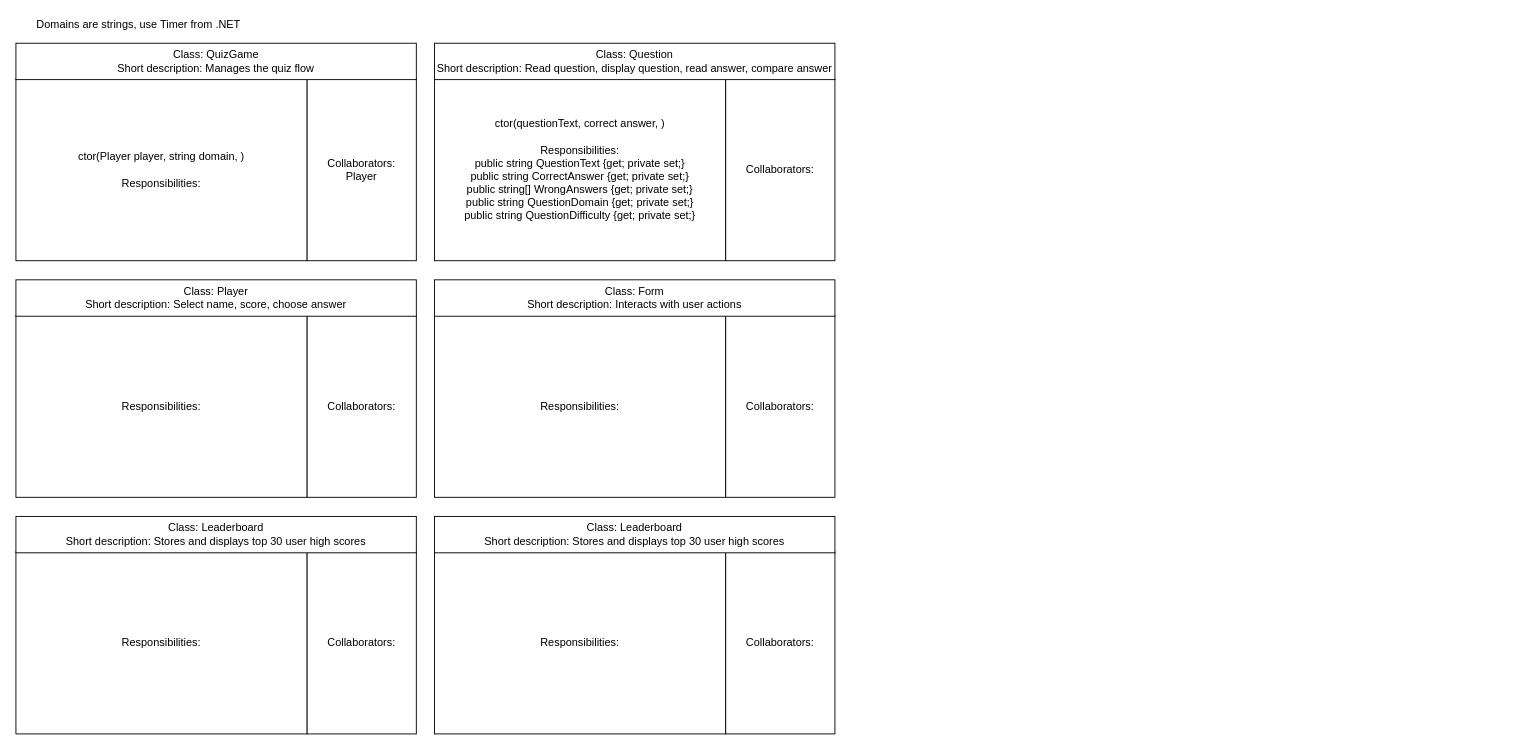
Before: ObjectOrientedProgramming/Exercises/02. QuizMaker/QuizMaker.drawio in gabrieltudorica/Mob1, a draw.io diagram. Source tidied: cells renumbered, new cells numbered last; positions are measured from the earlier drawing's top-left corner, leaving out a move shared by most shapes. Both pictures are drawn from the tidied source at 91%, with x=0, y=0 at pixel (15, 15).
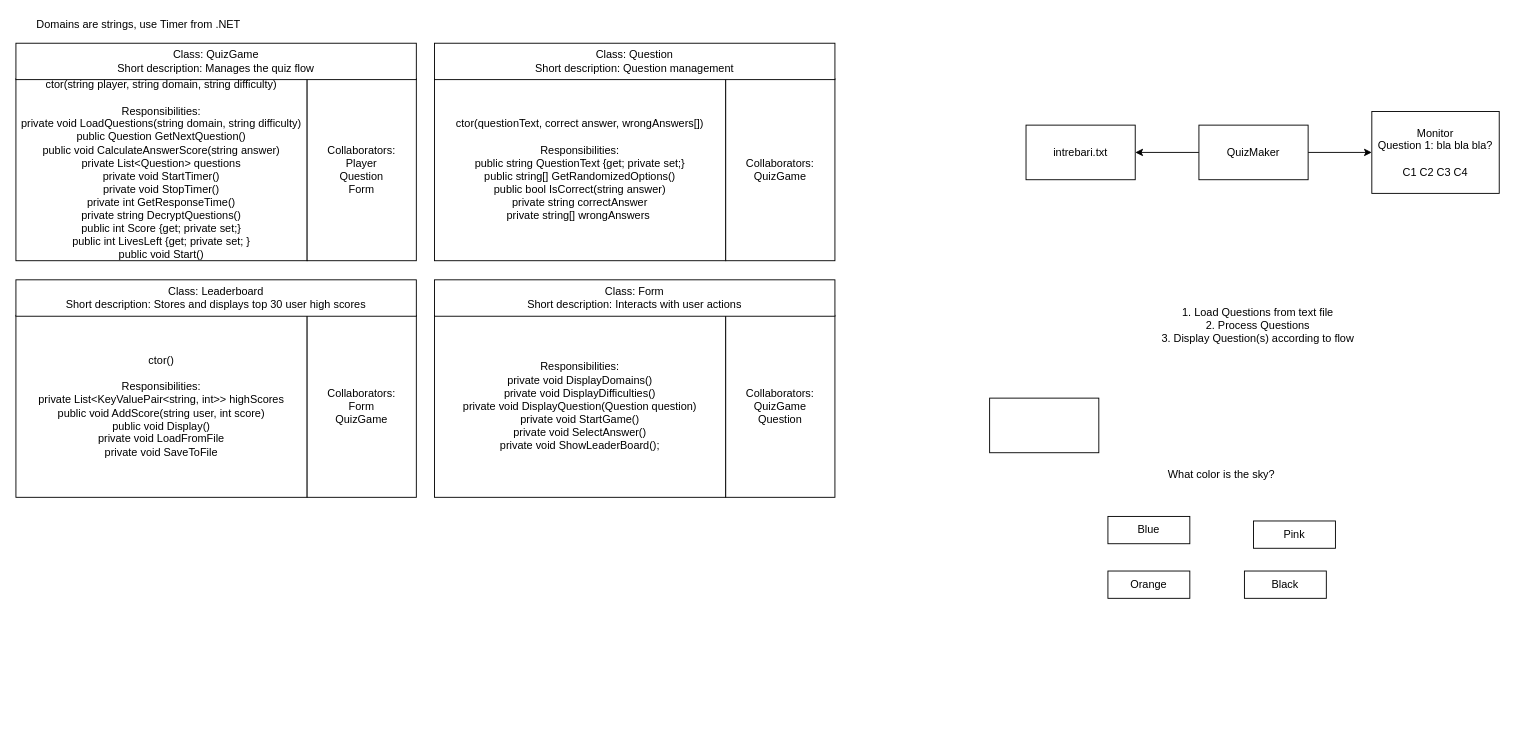
After the change.

Diff of the diagram source:
```diff
@@
-    <mxCell id="2" value="ctor(Player player, string domain, )&lt;br&gt;&lt;br&gt;Responsibilities:&lt;br&gt;" style="rounded=0;whiteSpace=wrap;html=1;" parent="1" vertex="1">
+    <mxCell id="2" value="ctor(string player, string domain, string difficulty)&lt;br&gt;&lt;br&gt;Responsibilities:&lt;br&gt;private void LoadQuestions(string domain, string difficulty)&lt;br&gt;public Question GetNextQuestion()&lt;br&gt;public void CalculateAnswerScore(string answer)&lt;br&gt;private List&amp;lt;Question&amp;gt; questions&lt;br&gt;private void StartTimer()&lt;br&gt;private void StopTimer()&lt;br&gt;private int GetResponseTime()&lt;br&gt;private string DecryptQuestions()&lt;br&gt;public int Score {get; private set;}&lt;br&gt;public int LivesLeft {get; private set; }&lt;br&gt;public void Start()" style="rounded=0;whiteSpace=wrap;html=1;" parent="1" vertex="1">
       <mxGeometry y="69" width="320" height="200" as="geometry" />
     </mxCell>
-    <mxCell id="3" value="Collaborators:&lt;br&gt;Player" style="rounded=0;whiteSpace=wrap;html=1;" parent="1" vertex="1">
+    <mxCell id="3" value="Collaborators:&lt;br&gt;Player&lt;br&gt;Question&lt;br&gt;Form" style="rounded=0;whiteSpace=wrap;html=1;" parent="1" vertex="1">
       <mxGeometry x="320" y="69" width="120" height="200" as="geometry" />
     </mxCell>
@@
-    <mxCell id="6" value="ctor(questionText, correct answer, )&lt;br&gt;&lt;br&gt;Responsibilities:&lt;br&gt;public string QuestionText {get; private set;}&lt;br&gt;public string CorrectAnswer {get; private set;}&lt;br&gt;public string[] WrongAnswers {get; private set;}&lt;br&gt;public string QuestionDomain {get; private set;}&lt;br&gt;public string QuestionDifficulty {get; private set;}" style="rounded=0;whiteSpace=wrap;html=1;" parent="1" vertex="1">
+    <mxCell id="6" value="ctor(questionText, correct answer, wrongAnswers[])&lt;br&gt;&lt;br&gt;Responsibilities:&lt;br&gt;public string QuestionText {get; private set;}&lt;br&gt;public string[] GetRandomizedOptions()&lt;br&gt;public bool IsCorrect(string answer)&lt;br&gt;private string correctAnswer&lt;br&gt;private string[] wrongAnswers&amp;nbsp;" style="rounded=0;whiteSpace=wrap;html=1;" parent="1" vertex="1">
       <mxGeometry x="460" y="69" width="320" height="200" as="geometry" />
     </mxCell>
-    <mxCell id="7" value="Collaborators:&lt;br&gt;" style="rounded=0;whiteSpace=wrap;html=1;" parent="1" vertex="1">
+    <mxCell id="7" value="Collaborators:&lt;br&gt;QuizGame" style="rounded=0;whiteSpace=wrap;html=1;" parent="1" vertex="1">
       <mxGeometry x="780" y="69" width="120" height="200" as="geometry" />
     </mxCell>
-    <mxCell id="8" value="Class: Question&lt;br&gt;Short description: Read question, display question, read answer, compare answer" style="rounded=0;whiteSpace=wrap;html=1;" parent="1" vertex="1">
+    <mxCell id="8" value="Class: Question&lt;br&gt;Short description: Question management" style="rounded=0;whiteSpace=wrap;html=1;" parent="1" vertex="1">
       <mxGeometry x="460" y="30" width="440" height="40" as="geometry" />
     </mxCell>
-    <mxCell id="9" value="Responsibilities:&lt;br&gt;" style="rounded=0;whiteSpace=wrap;html=1;" parent="1" vertex="1">
-      <mxGeometry y="329" width="320" height="200" as="geometry" />
-    </mxCell>
-    <mxCell id="10" value="Collaborators:&lt;br&gt;" style="rounded=0;whiteSpace=wrap;html=1;" parent="1" vertex="1">
-      <mxGeometry x="320" y="329" width="120" height="200" as="geometry" />
-    </mxCell>
-    <mxCell id="11" value="Class: Player&lt;br&gt;Short description: Select name, score, choose answer" style="rounded=0;whiteSpace=wrap;html=1;" parent="1" vertex="1">
-      <mxGeometry y="290" width="440" height="40" as="geometry" />
-    </mxCell>
-    <mxCell id="12" value="Responsibilities:&lt;br&gt;" style="rounded=0;whiteSpace=wrap;html=1;" parent="1" vertex="1">
+    <mxCell id="12" value="Responsibilities:&lt;br&gt;private void DisplayDomains()&lt;br&gt;private void DisplayDifficulties()&lt;br&gt;private void DisplayQuestion(Question question)&lt;br&gt;private void StartGame()&lt;br&gt;private void SelectAnswer()&lt;br&gt;private void ShowLeaderBoard();" style="rounded=0;whiteSpace=wrap;html=1;" parent="1" vertex="1">
       <mxGeometry x="460" y="329" width="320" height="200" as="geometry" />
     </mxCell>
-    <mxCell id="13" value="Collaborators:&lt;br&gt;" style="rounded=0;whiteSpace=wrap;html=1;" parent="1" vertex="1">
+    <mxCell id="13" value="Collaborators:&lt;br&gt;QuizGame&lt;br&gt;Question" style="rounded=0;whiteSpace=wrap;html=1;" parent="1" vertex="1">
       <mxGeometry x="780" y="329" width="120" height="200" as="geometry" />
     </mxCell>
@@
-    <mxCell id="15" value="Responsibilities:&lt;br&gt;" style="rounded=0;whiteSpace=wrap;html=1;" parent="1" vertex="1">
-      <mxGeometry y="589" width="320" height="200" as="geometry" />
+    <mxCell id="15" value="ctor()&lt;br&gt;&lt;br&gt;Responsibilities:&lt;br&gt;private List&amp;lt;KeyValuePair&amp;lt;string, int&amp;gt;&amp;gt; highScores&lt;br&gt;public void AddScore(string user, int score)&lt;br&gt;public void Display()&lt;br&gt;private void LoadFromFile&lt;br&gt;private void SaveToFile" style="rounded=0;whiteSpace=wrap;html=1;" parent="1" vertex="1">
+      <mxGeometry y="329" width="320" height="200" as="geometry" />
     </mxCell>
-    <mxCell id="16" value="Collaborators:&lt;br&gt;" style="rounded=0;whiteSpace=wrap;html=1;" parent="1" vertex="1">
-      <mxGeometry x="320" y="589" width="120" height="200" as="geometry" />
+    <mxCell id="16" value="Collaborators:&lt;br&gt;Form&lt;br&gt;QuizGame" style="rounded=0;whiteSpace=wrap;html=1;" parent="1" vertex="1">
+      <mxGeometry x="320" y="329" width="120" height="200" as="geometry" />
     </mxCell>
     <mxCell id="17" value="Class: Leaderboard&lt;br&gt;Short description: Stores and displays top 30 user high scores" style="rounded=0;whiteSpace=wrap;html=1;" parent="1" vertex="1">
-      <mxGeometry y="550" width="440" height="40" as="geometry" />
+      <mxGeometry y="290" width="440" height="40" as="geometry" />
     </mxCell>
-    <mxCell id="18" value="Responsibilities:&lt;br&gt;" style="rounded=0;whiteSpace=wrap;html=1;" parent="1" vertex="1">
-      <mxGeometry x="460" y="589" width="320" height="200" as="geometry" />
-    </mxCell>
-    <mxCell id="19" value="Collaborators:&lt;br&gt;" style="rounded=0;whiteSpace=wrap;html=1;" parent="1" vertex="1">
-      <mxGeometry x="780" y="589" width="120" height="200" as="geometry" />
-    </mxCell>
-    <mxCell id="20" value="Class: Leaderboard&lt;br&gt;Short description: Stores and displays top 30 user high scores" style="rounded=0;whiteSpace=wrap;html=1;" parent="1" vertex="1">
-      <mxGeometry x="460" y="550" width="440" height="40" as="geometry" />
-    </mxCell>
+    <mxCell id="21" value="intrebari.txt" style="rounded=0;whiteSpace=wrap;html=1;" parent="1" vertex="1">
+      <mxGeometry x="1110" y="120" width="120" height="60" as="geometry" />
+    </mxCell>
+    <mxCell id="22" style="edgeStyle=orthogonalEdgeStyle;rounded=0;jettySize=auto;html=1;exitX=0;exitY=0.5;exitDx=0;exitDy=0;entryX=1;entryY=0.5;entryDx=0;entryDy=0;" parent="1" edge="1" source="24" target="21">
+      <mxGeometry relative="1" as="geometry" />
+    </mxCell>
+    <mxCell id="23" style="edgeStyle=orthogonalEdgeStyle;rounded=0;jettySize=auto;html=1;exitX=1;exitY=0.5;exitDx=0;exitDy=0;entryX=0;entryY=0.5;entryDx=0;entryDy=0;" parent="1" edge="1" source="24" target="25">
+      <mxGeometry relative="1" as="geometry" />
+    </mxCell>
+    <mxCell id="24" value="QuizMaker" style="rounded=0;whiteSpace=wrap;html=1;" parent="1" vertex="1">
+      <mxGeometry x="1300" y="120" width="120" height="60" as="geometry" />
+    </mxCell>
+    <mxCell id="25" value="Monitor&lt;br&gt;Question 1: bla bla bla?&lt;br&gt;&lt;br&gt;C1 C2 C3 C4" style="rounded=0;whiteSpace=wrap;html=1;" parent="1" vertex="1">
+      <mxGeometry x="1490" y="105" width="140" height="90" as="geometry" />
+    </mxCell>
+    <mxCell id="26" value="1. Load Questions from text file&lt;br&gt;2. Process Questions&lt;br&gt;3. Display Question(s) according to flow" style="text;html=1;strokeColor=none;fillColor=none;align=center;verticalAlign=middle;whiteSpace=wrap;rounded=0;" parent="1" vertex="1">
+      <mxGeometry x="1240" y="310" width="250" height="60" as="geometry" />
+    </mxCell>
+    <mxCell id="27" value="What color is the sky?" style="text;html=1;strokeColor=none;fillColor=none;align=center;verticalAlign=middle;whiteSpace=wrap;rounded=0;" parent="1" vertex="1">
+      <mxGeometry x="1210" y="479" width="230" height="50" as="geometry" />
+    </mxCell>
+    <mxCell id="28" value="Blue" style="rounded=0;whiteSpace=wrap;html=1;" parent="1" vertex="1">
+      <mxGeometry x="1200" y="550" width="90" height="30" as="geometry" />
+    </mxCell>
+    <mxCell id="29" value="Pink" style="rounded=0;whiteSpace=wrap;html=1;" parent="1" vertex="1">
+      <mxGeometry x="1360" y="555" width="90" height="30" as="geometry" />
+    </mxCell>
+    <mxCell id="30" value="Orange" style="rounded=0;whiteSpace=wrap;html=1;" parent="1" vertex="1">
+      <mxGeometry x="1200" y="610" width="90" height="30" as="geometry" />
+    </mxCell>
+    <mxCell id="31" value="Black" style="rounded=0;whiteSpace=wrap;html=1;" parent="1" vertex="1">
+      <mxGeometry x="1350" y="610" width="90" height="30" as="geometry" />
+    </mxCell>
+    <mxCell id="32" style="rounded=0;whiteSpace=wrap;html=1;" parent="1" vertex="1">
+      <mxGeometry x="1070" y="420" width="120" height="60" as="geometry" />
+    </mxCell>
```
